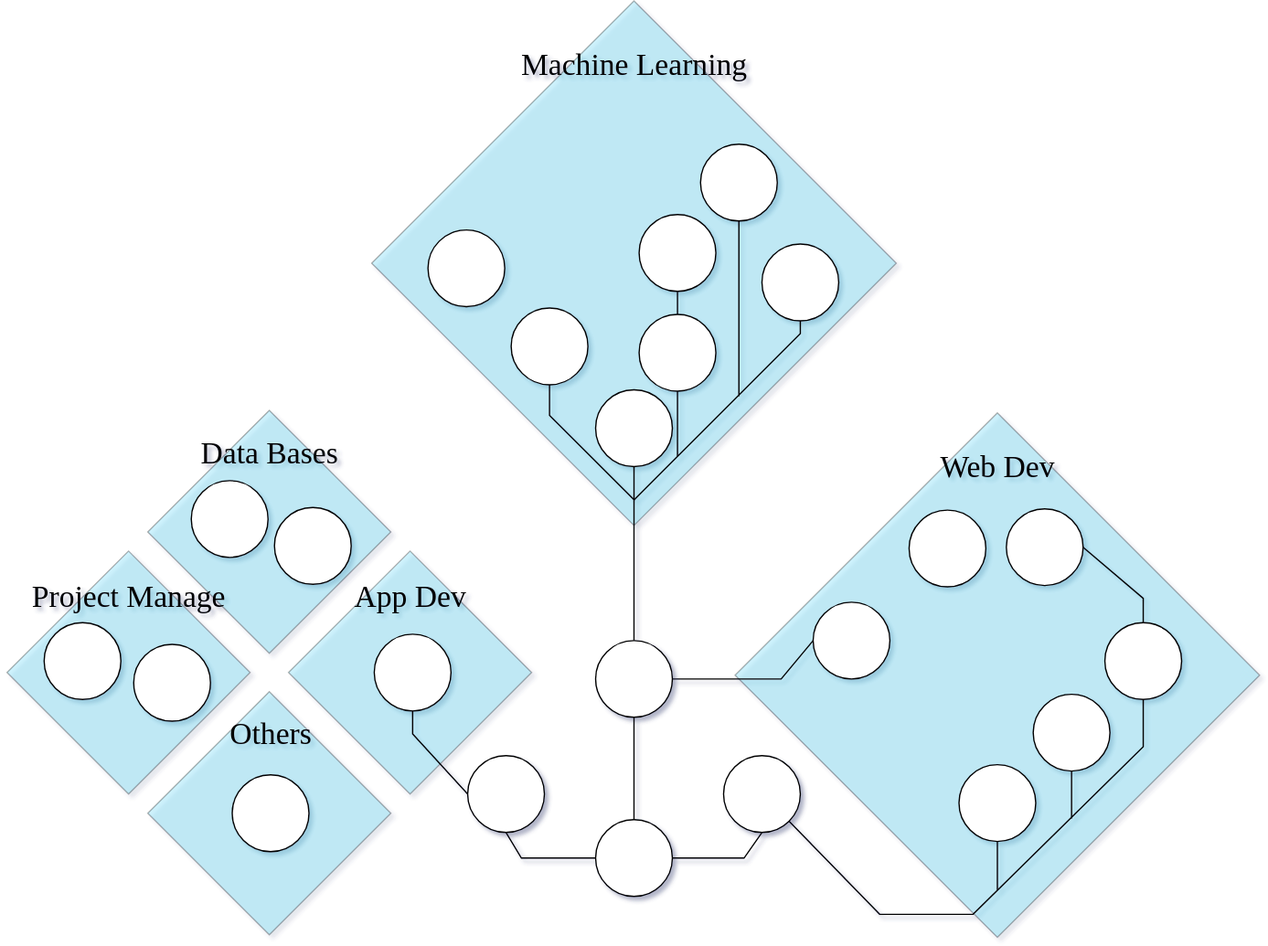
This is src/assets/images/skills.svg from Skalwalker/Skalwalker.github.io, a draw.io export, as it was before one commit. Source tidied: cells renumbered, new cells last; positions are measured from the earlier drawing's top-left corner, leaving out a move shared by most shapes.
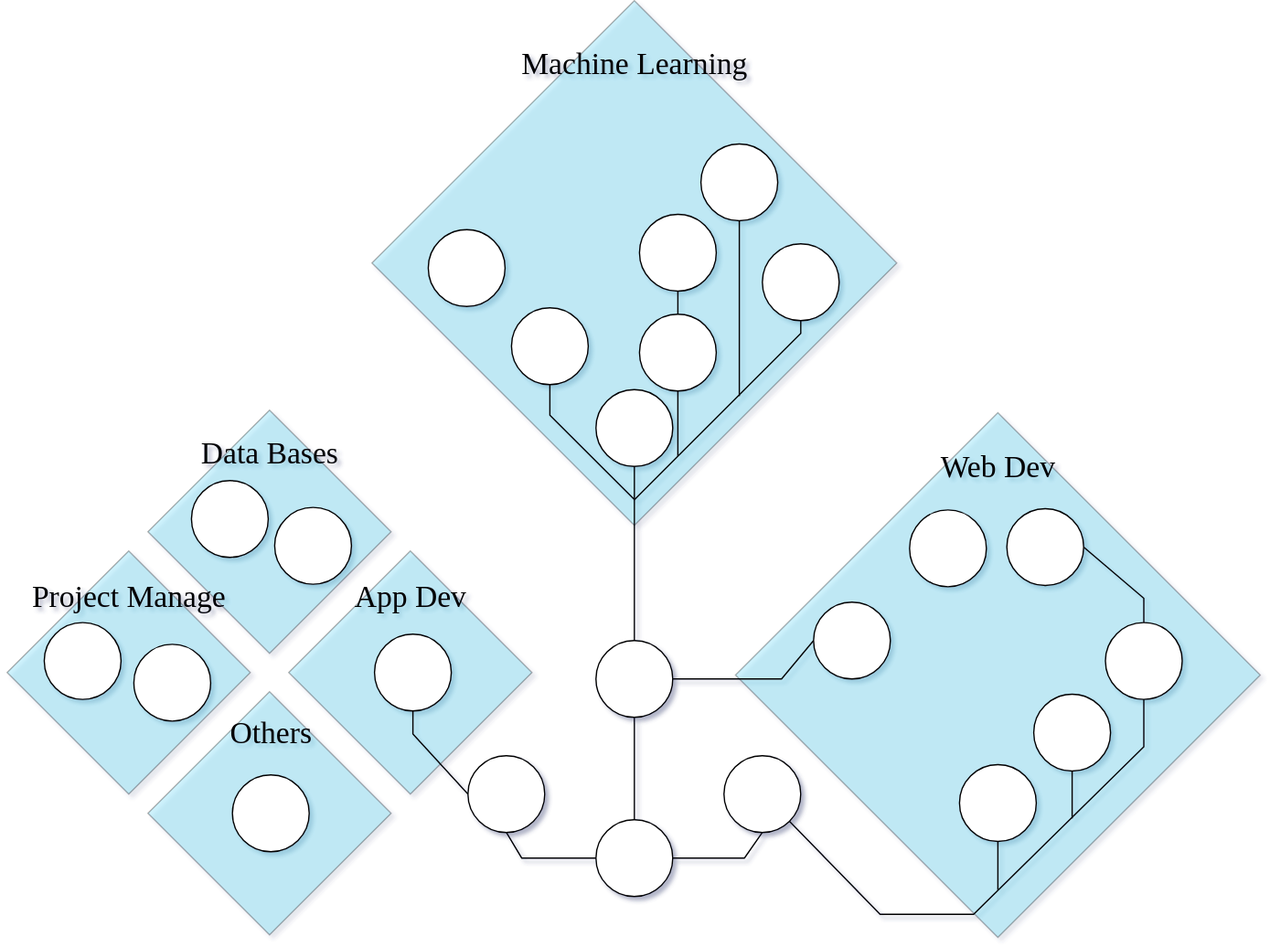
The same diagram one commit later.

Diff of the diagram source:
```diff
@@ -56,19 +56,19 @@
     <mxCell id="13" style="ellipse;whiteSpace=wrap;html=1;class=&quot;skill-circle&quot;;" parent="1" vertex="1">
       <mxGeometry x="365" y="590" width="60" height="60" as="geometry" />
     </mxCell>
-    <mxCell id="14" style="edgeStyle=none;rounded=0;jumpStyle=none;jettySize=auto;html=1;exitX=0.5;exitY=1;exitDx=0;exitDy=0;endArrow=none;endFill=0;targetPerimeterSpacing=0;" parent="1" edge="1" source="15">
-      <mxGeometry relative="1" as="geometry">
-        <mxPoint x="779" y="695" as="targetPoint" />
-      </mxGeometry>
-    </mxCell>
+    <mxCell id="52" style="edgeStyle=none;rounded=0;jumpStyle=none;jettySize=auto;html=1;exitX=0.5;exitY=1;exitDx=0;exitDy=0;endArrow=none;endFill=0;targetPerimeterSpacing=0;" parent="1" edge="1" source="15">
+      <mxGeometry relative="1" as="geometry">
+        <mxPoint x="779" y="695" as="targetPoint" />
+      </mxGeometry>
+    </mxCell>
     <mxCell id="15" style="ellipse;whiteSpace=wrap;html=1;class=&quot;skill-circle&quot;;" parent="1" vertex="1">
       <mxGeometry x="749" y="597" width="60" height="60" as="geometry" />
     </mxCell>
-    <mxCell id="16" style="edgeStyle=none;rounded=0;jumpStyle=none;jettySize=auto;html=1;exitX=0.5;exitY=1;exitDx=0;exitDy=0;endArrow=none;endFill=0;targetPerimeterSpacing=0;" parent="1" edge="1" source="17">
-      <mxGeometry relative="1" as="geometry">
-        <mxPoint x="837" y="639" as="targetPoint" />
-      </mxGeometry>
-    </mxCell>
+    <mxCell id="53" style="edgeStyle=none;rounded=0;jumpStyle=none;jettySize=auto;html=1;exitX=0.5;exitY=1;exitDx=0;exitDy=0;endArrow=none;endFill=0;targetPerimeterSpacing=0;" parent="1" edge="1" source="17">
+      <mxGeometry relative="1" as="geometry">
+        <mxPoint x="837" y="639" as="targetPoint" />
+      </mxGeometry>
+    </mxCell>
     <mxCell id="17" style="ellipse;whiteSpace=wrap;html=1;class=&quot;skill-circle&quot;;" parent="1" vertex="1">
       <mxGeometry x="807" y="542" width="60" height="60" as="geometry" />
     </mxCell>
@@ -81,11 +81,11 @@
     <mxCell id="20" style="edgeStyle=none;rounded=0;jumpStyle=none;jettySize=auto;html=1;exitX=0.5;exitY=0;exitDx=0;exitDy=0;entryX=0.5;entryY=1;entryDx=0;entryDy=0;endArrow=none;endFill=0;targetPerimeterSpacing=0;" parent="1" edge="1" source="22" target="23">
       <mxGeometry relative="1" as="geometry" />
     </mxCell>
-    <mxCell id="21" style="edgeStyle=none;rounded=0;jumpStyle=none;jettySize=auto;html=1;exitX=0.5;exitY=1;exitDx=0;exitDy=0;endArrow=none;endFill=0;targetPerimeterSpacing=0;" parent="1" edge="1" source="22">
-      <mxGeometry relative="1" as="geometry">
-        <mxPoint x="529" y="356" as="targetPoint" />
-      </mxGeometry>
-    </mxCell>
+    <mxCell id="54" style="edgeStyle=none;rounded=0;jumpStyle=none;jettySize=auto;html=1;exitX=0.5;exitY=1;exitDx=0;exitDy=0;endArrow=none;endFill=0;targetPerimeterSpacing=0;" parent="1" edge="1" source="22">
+      <mxGeometry relative="1" as="geometry">
+        <mxPoint x="529" y="356" as="targetPoint" />
+      </mxGeometry>
+    </mxCell>
     <mxCell id="22" style="ellipse;whiteSpace=wrap;html=1;class=&quot;skill-circle&quot;;" parent="1" vertex="1">
       <mxGeometry x="499" y="245" width="60" height="60" as="geometry" />
     </mxCell>
@@ -122,33 +122,33 @@
     <mxCell id="33" style="ellipse;whiteSpace=wrap;html=1;class=&quot;skill-circle&quot;;" parent="1" vertex="1">
       <mxGeometry x="292" y="495" width="60" height="60" as="geometry" />
     </mxCell>
-    <mxCell id="34" style="edgeStyle=none;rounded=0;jumpStyle=none;jettySize=auto;html=1;exitX=0.5;exitY=1;exitDx=0;exitDy=0;endArrow=none;endFill=0;targetPerimeterSpacing=0;" parent="1" edge="1" source="35">
-      <mxGeometry relative="1" as="geometry">
-        <mxPoint x="577" y="309" as="targetPoint" />
-      </mxGeometry>
-    </mxCell>
+    <mxCell id="55" style="edgeStyle=none;rounded=0;jumpStyle=none;jettySize=auto;html=1;exitX=0.5;exitY=1;exitDx=0;exitDy=0;endArrow=none;endFill=0;targetPerimeterSpacing=0;" parent="1" edge="1" source="35">
+      <mxGeometry relative="1" as="geometry">
+        <mxPoint x="577" y="309" as="targetPoint" />
+      </mxGeometry>
+    </mxCell>
     <mxCell id="35" style="ellipse;whiteSpace=wrap;html=1;class=&quot;skill-circle&quot;;" parent="1" vertex="1">
       <mxGeometry x="547" y="112" width="60" height="60" as="geometry" />
     </mxCell>
-    <mxCell id="36" style="edgeStyle=none;rounded=0;jumpStyle=none;jettySize=auto;html=1;exitX=0.5;exitY=1;exitDx=0;exitDy=0;endArrow=none;endFill=0;targetPerimeterSpacing=0;" parent="1" edge="1" source="37">
-      <mxGeometry relative="1" as="geometry">
-        <mxPoint x="495" y="390" as="targetPoint" />
-        <Array as="points">
-          <mxPoint x="625" y="260" />
-        </Array>
-      </mxGeometry>
-    </mxCell>
+    <mxCell id="56" style="edgeStyle=none;rounded=0;jumpStyle=none;jettySize=auto;html=1;exitX=0.5;exitY=1;exitDx=0;exitDy=0;endArrow=none;endFill=0;targetPerimeterSpacing=0;" parent="1" edge="1" source="37">
+      <mxGeometry relative="1" as="geometry">
+        <mxPoint x="495" y="390" as="targetPoint" />
+        <Array as="points">
+          <mxPoint x="625" y="260" />
+        </Array>
+      </mxGeometry>
+    </mxCell>
     <mxCell id="37" style="ellipse;whiteSpace=wrap;html=1;class=&quot;skill-circle&quot;;" parent="1" vertex="1">
       <mxGeometry x="595" y="190" width="60" height="60" as="geometry" />
     </mxCell>
-    <mxCell id="38" style="edgeStyle=none;rounded=0;jumpStyle=none;jettySize=auto;html=1;exitX=0.5;exitY=1;exitDx=0;exitDy=0;endArrow=none;endFill=0;targetPerimeterSpacing=0;" parent="1" edge="1" source="39">
-      <mxGeometry relative="1" as="geometry">
-        <mxPoint x="495.4" y="390.2" as="targetPoint" />
-        <Array as="points">
-          <mxPoint x="429" y="324" />
-        </Array>
-      </mxGeometry>
-    </mxCell>
+    <mxCell id="57" style="edgeStyle=none;rounded=0;jumpStyle=none;jettySize=auto;html=1;exitX=0.5;exitY=1;exitDx=0;exitDy=0;endArrow=none;endFill=0;targetPerimeterSpacing=0;" parent="1" edge="1" source="39">
+      <mxGeometry relative="1" as="geometry">
+        <mxPoint x="495.4" y="390.2" as="targetPoint" />
+        <Array as="points">
+          <mxPoint x="429" y="324" />
+        </Array>
+      </mxGeometry>
+    </mxCell>
     <mxCell id="39" style="ellipse;whiteSpace=wrap;html=1;class=&quot;skill-circle&quot;;" parent="1" vertex="1">
       <mxGeometry x="399" y="240" width="60" height="60" as="geometry" />
     </mxCell>
```
